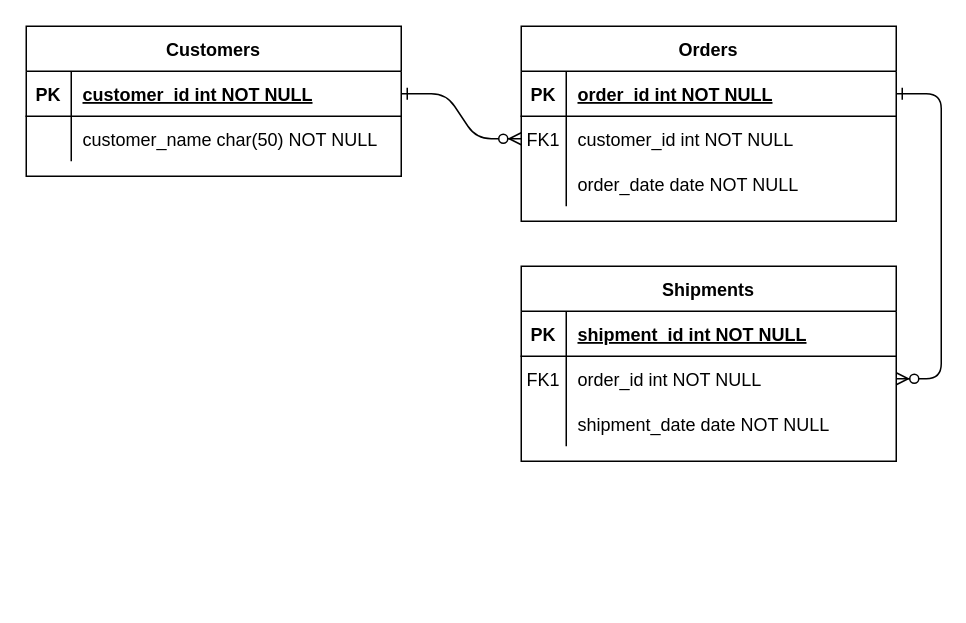
The draw.io diagram 名称未設定ファイル.drawio in YoshitakaSaito1223/test, before the edit. Source tidied: cells renumbered, new cells numbered last; positions are measured from the earlier drawing's top-left corner, leaving out a move shared by most shapes. Both pictures are drawn from the tidied source at 150%, with x=0, y=0 at pixel (26, 26).
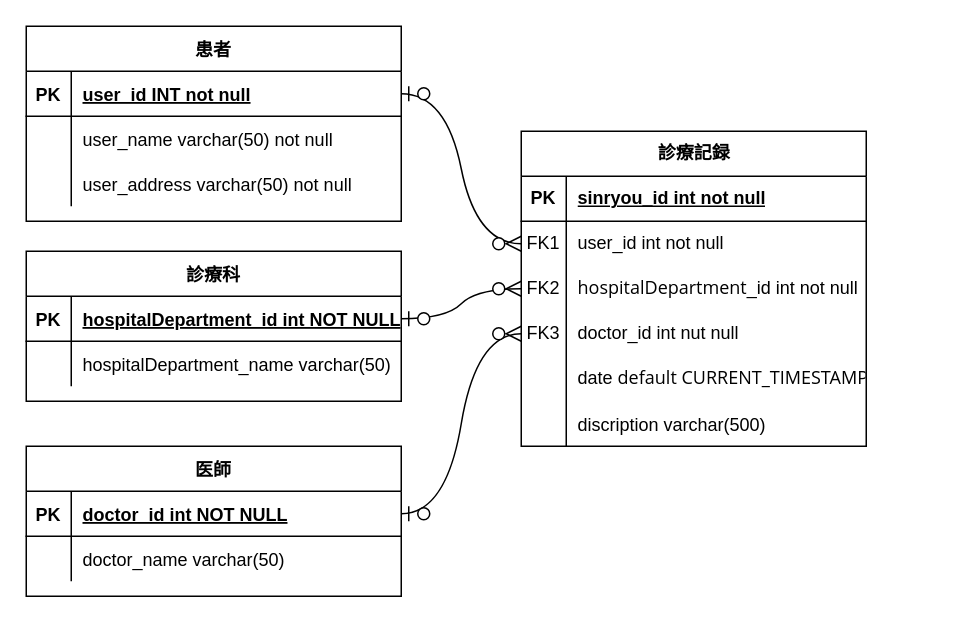
The same diagram, later.

Commit message:
名称未設定ファイル.drawio を更新します

The change refers to these unchanged cells:
```xml
<mxCell id="5" style="shape=partialRectangle;fillColor=none;points=[[0,0.5],[1,0.5]];portConstraint=eastwest;top=0;left=0;right=0;bottom=1;" parent="4" vertex="1">
  <mxGeometry y="30" width="250" height="30" as="geometry" />
</mxCell>
<mxCell id="8" style="shape=partialRectangle;fillColor=none;points=[[0,0.5],[1,0.5]];portConstraint=eastwest;top=0;left=0;right=0;bottom=0;" parent="4" vertex="1">
  <mxGeometry y="60" width="250" height="30" as="geometry" />
</mxCell>
<mxCell id="15" style="shape=partialRectangle;fillColor=none;points=[[0,0.5],[1,0.5]];portConstraint=eastwest;top=0;left=0;right=0;bottom=1;" parent="14" vertex="1">
  <mxGeometry y="30" width="250" height="30" as="geometry" />
</mxCell>
<mxCell id="18" style="shape=partialRectangle;fillColor=none;points=[[0,0.5],[1,0.5]];portConstraint=eastwest;top=0;left=0;right=0;bottom=0;" parent="14" vertex="1">
  <mxGeometry y="60" width="250" height="30" as="geometry" />
</mxCell>
<mxCell id="25" style="shape=partialRectangle;fillColor=none;points=[[0,0.5],[1,0.5]];portConstraint=eastwest;top=0;left=0;right=0;bottom=1;" parent="24" vertex="1">
  <mxGeometry y="30" width="250" height="30" as="geometry" />
</mxCell>
<mxCell id="28" style="shape=partialRectangle;fillColor=none;top=0;left=0;right=0;bottom=0;" parent="24" vertex="1">
  <mxGeometry y="60" width="250" height="30" as="geometry" />
</mxCell>
```

The edit, as a diff of the source:
```diff
@@
-    <mxCell id="2" style="edgeStyle=entityRelationEdgeStyle;endArrow=ERzeroToMany;startArrow=ERone;endFill=1;startFill=0;" parent="1" edge="1" source="25" target="8">
-      <mxGeometry relative="1" as="geometry" />
-    </mxCell>
-    <mxCell id="3" style="edgeStyle=entityRelationEdgeStyle;endArrow=ERzeroToMany;startArrow=ERone;endFill=1;startFill=0;" parent="1" edge="1" source="5" target="18">
-      <mxGeometry relative="1" as="geometry" />
-    </mxCell>
-    <mxCell id="4" value="Orders" style="shape=table;startSize=30;childLayout=tableLayout;rowLines=0;fontStyle=1;align=center;" parent="1" vertex="1">
-      <mxGeometry x="330" width="250" height="130" as="geometry" />
+    <mxCell id="4" value="診療科" style="shape=table;startSize=30;childLayout=tableLayout;rowLines=0;fontStyle=1;align=center;" parent="1" vertex="1">
+      <mxGeometry y="150" width="250" height="100" as="geometry" />
     </mxCell>
@@
-    <mxCell id="7" value="order_id int NOT NULL " style="shape=partialRectangle;overflow=hidden;fillColor=none;top=0;left=0;bottom=0;right=0;align=left;spacingLeft=6;fontStyle=5;" parent="5" vertex="1">
+    <mxCell id="7" value="hospitalDepartment_id int NOT NULL " style="shape=partialRectangle;overflow=hidden;fillColor=none;top=0;left=0;bottom=0;right=0;align=left;spacingLeft=6;fontStyle=5;" parent="5" vertex="1">
       <mxGeometry x="30" width="220" height="30" as="geometry" />
     </mxCell>
@@
-    <mxCell id="9" value="FK1" style="shape=partialRectangle;overflow=hidden;fillColor=none;top=0;left=0;bottom=0;right=0;" parent="8" vertex="1">
+    <mxCell id="9" style="shape=partialRectangle;overflow=hidden;fillColor=none;top=0;left=0;bottom=0;right=0;" parent="8" vertex="1">
       <mxGeometry width="30" height="30" as="geometry" />
     </mxCell>
-    <mxCell id="10" value="customer_id int NOT NULL" style="shape=partialRectangle;overflow=hidden;fillColor=none;top=0;left=0;bottom=0;right=0;align=left;spacingLeft=6;" parent="8" vertex="1">
+    <mxCell id="10" value="hospitalDepartment_name varchar(50)" style="shape=partialRectangle;overflow=hidden;fillColor=none;top=0;left=0;bottom=0;right=0;align=left;spacingLeft=6;" parent="8" vertex="1">
       <mxGeometry x="30" width="220" height="30" as="geometry" />
     </mxCell>
-    <mxCell id="11" style="shape=partialRectangle;fillColor=none;top=0;left=0;right=0;bottom=0;" parent="4" vertex="1">
-      <mxGeometry y="90" width="250" height="30" as="geometry" />
-    </mxCell>
-    <mxCell id="12" style="shape=partialRectangle;overflow=hidden;fillColor=none;top=0;left=0;bottom=0;right=0;" parent="11" vertex="1">
-      <mxGeometry width="30" height="30" as="geometry" />
-    </mxCell>
-    <mxCell id="13" value="order_date date NOT NULL" style="shape=partialRectangle;overflow=hidden;fillColor=none;top=0;left=0;bottom=0;right=0;align=left;spacingLeft=6;" parent="11" vertex="1">
-      <mxGeometry x="30" width="220" height="30" as="geometry" />
-    </mxCell>
-    <mxCell id="14" value="Shipments" style="shape=table;startSize=30;childLayout=tableLayout;rowLines=0;fontStyle=1;align=center;" parent="1" vertex="1">
-      <mxGeometry x="330" y="160" width="250" height="130" as="geometry" />
+    <mxCell id="14" value="医師" style="shape=table;startSize=30;childLayout=tableLayout;rowLines=0;fontStyle=1;align=center;" parent="1" vertex="1">
+      <mxGeometry y="280" width="250" height="100" as="geometry" />
     </mxCell>
@@
-    <mxCell id="17" value="shipment_id int NOT NULL " style="shape=partialRectangle;overflow=hidden;fillColor=none;top=0;left=0;bottom=0;right=0;align=left;spacingLeft=6;fontStyle=5;" parent="15" vertex="1">
+    <mxCell id="17" value="doctor_id int NOT NULL " style="shape=partialRectangle;overflow=hidden;fillColor=none;top=0;left=0;bottom=0;right=0;align=left;spacingLeft=6;fontStyle=5;" parent="15" vertex="1">
       <mxGeometry x="30" width="220" height="30" as="geometry" />
     </mxCell>
@@
-    <mxCell id="19" value="FK1" style="shape=partialRectangle;overflow=hidden;fillColor=none;top=0;left=0;bottom=0;right=0;" parent="18" vertex="1">
+    <mxCell id="19" style="shape=partialRectangle;overflow=hidden;fillColor=none;top=0;left=0;bottom=0;right=0;" parent="18" vertex="1">
       <mxGeometry width="30" height="30" as="geometry" />
     </mxCell>
-    <mxCell id="20" value="order_id int NOT NULL" style="shape=partialRectangle;overflow=hidden;fillColor=none;top=0;left=0;bottom=0;right=0;align=left;spacingLeft=6;" parent="18" vertex="1">
+    <mxCell id="20" value="doctor_name varchar(50)" style="shape=partialRectangle;overflow=hidden;fillColor=none;top=0;left=0;bottom=0;right=0;align=left;spacingLeft=6;" parent="18" vertex="1">
       <mxGeometry x="30" width="220" height="30" as="geometry" />
     </mxCell>
-    <mxCell id="21" style="shape=partialRectangle;fillColor=none;top=0;left=0;right=0;bottom=0;" parent="14" vertex="1">
-      <mxGeometry y="90" width="250" height="30" as="geometry" />
-    </mxCell>
-    <mxCell id="22" style="shape=partialRectangle;overflow=hidden;fillColor=none;top=0;left=0;bottom=0;right=0;" parent="21" vertex="1">
-      <mxGeometry width="30" height="30" as="geometry" />
-    </mxCell>
-    <mxCell id="23" value="shipment_date date NOT NULL" style="shape=partialRectangle;overflow=hidden;fillColor=none;top=0;left=0;bottom=0;right=0;align=left;spacingLeft=6;" parent="21" vertex="1">
-      <mxGeometry x="30" width="220" height="30" as="geometry" />
-    </mxCell>
-    <mxCell id="24" value="Customers" style="shape=table;startSize=30;childLayout=tableLayout;rowLines=0;fontStyle=1;align=center;" parent="1" vertex="1">
-      <mxGeometry width="250" height="100" as="geometry" />
+    <mxCell id="24" value="患者" style="shape=table;startSize=30;childLayout=tableLayout;rowLines=0;fontStyle=1;align=center;" parent="1" vertex="1">
+      <mxGeometry width="250" height="130" as="geometry" />
     </mxCell>
@@
-    <mxCell id="27" value="customer_id int NOT NULL " style="shape=partialRectangle;overflow=hidden;fillColor=none;top=0;left=0;bottom=0;right=0;align=left;spacingLeft=6;fontStyle=5;" parent="25" vertex="1">
+    <mxCell id="27" value="user_id INT not null" style="shape=partialRectangle;overflow=hidden;fillColor=none;top=0;left=0;bottom=0;right=0;align=left;spacingLeft=6;fontStyle=5;" parent="25" vertex="1">
       <mxGeometry x="30" width="220" height="30" as="geometry" />
     </mxCell>
@@
-    <mxCell id="30" value="customer_name char(50) NOT NULL" style="shape=partialRectangle;overflow=hidden;fillColor=none;top=0;left=0;bottom=0;right=0;align=left;spacingLeft=6;" parent="28" vertex="1">
+    <mxCell id="30" value="user_name varchar(50) not null" style="shape=partialRectangle;overflow=hidden;fillColor=none;top=0;left=0;bottom=0;right=0;align=left;spacingLeft=6;" parent="28" vertex="1">
       <mxGeometry x="30" width="220" height="30" as="geometry" />
     </mxCell>
+    <mxCell id="31" style="shape=tableRow;horizontal=0;startSize=0;swimlaneHead=0;swimlaneBody=0;fillColor=none;top=0;left=0;right=0;bottom=0;" parent="24" vertex="1">
+      <mxGeometry y="90" width="250" height="30" as="geometry" />
+    </mxCell>
+    <mxCell id="32" style="shape=partialRectangle;fillColor=none;top=0;left=0;bottom=0;right=0;overflow=hidden;" parent="31" vertex="1">
+      <mxGeometry width="30" height="30" as="geometry" />
+    </mxCell>
+    <mxCell id="33" value="user_address varchar(50) not null" style="shape=partialRectangle;fillColor=none;top=0;left=0;bottom=0;right=0;align=left;spacingLeft=6;overflow=hidden;" parent="31" vertex="1">
+      <mxGeometry x="30" width="220" height="30" as="geometry" />
+    </mxCell>
+    <mxCell id="34" value="診療記録" style="shape=table;startSize=30;childLayout=tableLayout;rowLines=0;fontStyle=1;align=center;html=1;" parent="1" vertex="1">
+      <mxGeometry x="330" y="70" width="230" height="210" as="geometry" />
+    </mxCell>
+    <mxCell id="35" style="shape=tableRow;horizontal=0;startSize=0;swimlaneHead=0;swimlaneBody=0;fillColor=none;top=0;left=0;right=0;bottom=1;" parent="34" vertex="1">
+      <mxGeometry y="30" width="230" height="30" as="geometry" />
+    </mxCell>
+    <mxCell id="36" value="PK" style="shape=partialRectangle;fillColor=none;top=0;left=0;bottom=0;right=0;fontStyle=1;overflow=hidden;whiteSpace=wrap;html=1;" parent="35" vertex="1">
+      <mxGeometry width="30" height="30" as="geometry" />
+    </mxCell>
+    <mxCell id="37" value="sinryou_id int not null" style="shape=partialRectangle;fillColor=none;top=0;left=0;bottom=0;right=0;align=left;spacingLeft=6;fontStyle=5;overflow=hidden;whiteSpace=wrap;html=1;" parent="35" vertex="1">
+      <mxGeometry x="30" width="200" height="30" as="geometry" />
+    </mxCell>
+    <mxCell id="38" style="shape=tableRow;horizontal=0;startSize=0;swimlaneHead=0;swimlaneBody=0;fillColor=none;points=[[0,0.5],[1,0.5]];portConstraint=eastwest;top=0;left=0;right=0;bottom=0;" parent="34" vertex="1">
+      <mxGeometry y="60" width="230" height="30" as="geometry" />
+    </mxCell>
+    <mxCell id="39" value="FK1" style="shape=partialRectangle;fillColor=none;top=0;left=0;bottom=0;right=0;overflow=hidden;whiteSpace=wrap;html=1;" parent="38" vertex="1">
+      <mxGeometry width="30" height="30" as="geometry" />
+    </mxCell>
+    <mxCell id="40" value="user_id int not null" style="shape=partialRectangle;fillColor=none;top=0;left=0;bottom=0;right=0;align=left;spacingLeft=6;overflow=hidden;whiteSpace=wrap;html=1;" parent="38" vertex="1">
+      <mxGeometry x="30" width="200" height="30" as="geometry" />
+    </mxCell>
+    <mxCell id="41" style="shape=tableRow;horizontal=0;startSize=0;swimlaneHead=0;swimlaneBody=0;fillColor=none;points=[[0,0.5],[1,0.5]];portConstraint=eastwest;top=0;left=0;right=0;bottom=0;" parent="34" vertex="1">
+      <mxGeometry y="90" width="230" height="30" as="geometry" />
+    </mxCell>
+    <mxCell id="42" value="FK2" style="shape=partialRectangle;fillColor=none;top=0;left=0;bottom=0;right=0;overflow=hidden;whiteSpace=wrap;html=1;" parent="41" vertex="1">
+      <mxGeometry width="30" height="30" as="geometry" />
+    </mxCell>
+    <mxCell id="43" value="&lt;span style=&quot;font-family: 'Segoe UI';&quot;&gt;hospitalDepartment&lt;/span&gt;_id int not null" style="shape=partialRectangle;fillColor=none;top=0;left=0;bottom=0;right=0;align=left;spacingLeft=6;overflow=hidden;whiteSpace=wrap;html=1;" parent="41" vertex="1">
+      <mxGeometry x="30" width="200" height="30" as="geometry" />
+    </mxCell>
+    <mxCell id="44" style="shape=tableRow;horizontal=0;startSize=0;swimlaneHead=0;swimlaneBody=0;fillColor=none;points=[[0,0.5],[1,0.5]];portConstraint=eastwest;top=0;left=0;right=0;bottom=0;" parent="34" vertex="1">
+      <mxGeometry y="120" width="230" height="30" as="geometry" />
+    </mxCell>
+    <mxCell id="45" value="FK3" style="shape=partialRectangle;fillColor=none;top=0;left=0;bottom=0;right=0;overflow=hidden;whiteSpace=wrap;html=1;" parent="44" vertex="1">
+      <mxGeometry width="30" height="30" as="geometry" />
+    </mxCell>
+    <mxCell id="46" value="doctor_id int nut null" style="shape=partialRectangle;fillColor=none;top=0;left=0;bottom=0;right=0;align=left;spacingLeft=6;overflow=hidden;whiteSpace=wrap;html=1;" parent="44" vertex="1">
+      <mxGeometry x="30" width="200" height="30" as="geometry" />
+    </mxCell>
+    <mxCell id="47" style="shape=tableRow;horizontal=0;startSize=0;swimlaneHead=0;swimlaneBody=0;fillColor=none;top=0;left=0;right=0;bottom=0;" parent="34" vertex="1">
+      <mxGeometry y="150" width="230" height="30" as="geometry" />
+    </mxCell>
+    <mxCell id="48" style="shape=partialRectangle;fillColor=none;top=0;left=0;bottom=0;right=0;fontStyle=0;overflow=hidden;whiteSpace=wrap;html=1;" parent="47" vertex="1">
+      <mxGeometry width="30" height="30" as="geometry" />
+    </mxCell>
+    <mxCell id="49" value="date&amp;nbsp;&lt;span style=&quot;font-family: 'Segoe UI';&quot;&gt;default&amp;nbsp;CURRENT_TIMESTAMP&lt;/span&gt;" style="shape=partialRectangle;fillColor=none;top=0;left=0;bottom=0;right=0;align=left;spacingLeft=6;fontStyle=0;overflow=hidden;whiteSpace=wrap;html=1;" parent="47" vertex="1">
+      <mxGeometry x="30" width="200" height="30" as="geometry" />
+    </mxCell>
+    <mxCell id="50" style="shape=tableRow;horizontal=0;startSize=0;swimlaneHead=0;swimlaneBody=0;fillColor=none;top=0;left=0;right=0;bottom=0;" parent="34" vertex="1">
+      <mxGeometry y="180" width="230" height="30" as="geometry" />
+    </mxCell>
+    <mxCell id="51" style="shape=partialRectangle;fillColor=none;top=0;left=0;bottom=0;right=0;overflow=hidden;" parent="50" vertex="1">
+      <mxGeometry width="30" height="30" as="geometry" />
+    </mxCell>
+    <mxCell id="52" value="discription varchar(500)" style="shape=partialRectangle;fillColor=none;top=0;left=0;bottom=0;right=0;align=left;spacingLeft=6;overflow=hidden;" parent="50" vertex="1">
+      <mxGeometry x="30" width="200" height="30" as="geometry" />
+    </mxCell>
+    <mxCell id="53" style="edgeStyle=entityRelationEdgeStyle;fontSize=12;html=1;endArrow=ERzeroToMany;startArrow=ERzeroToOne;rounded=0;startSize=8;endSize=8;curved=1;exitX=1;exitY=0.5;exitDx=0;exitDy=0;entryX=0;entryY=0.5;entryDx=0;entryDy=0;" parent="1" edge="1" source="25" target="38">
+      <mxGeometry relative="1" as="geometry" />
+    </mxCell>
+    <mxCell id="54" style="edgeStyle=entityRelationEdgeStyle;fontSize=12;html=1;endArrow=ERzeroToMany;startArrow=ERzeroToOne;rounded=0;startSize=8;endSize=8;curved=1;exitX=1;exitY=0.5;exitDx=0;exitDy=0;entryX=0;entryY=0.5;entryDx=0;entryDy=0;" parent="1" edge="1" source="5" target="41">
+      <mxGeometry relative="1" as="geometry" />
+    </mxCell>
+    <mxCell id="55" style="edgeStyle=entityRelationEdgeStyle;fontSize=12;html=1;endArrow=ERzeroToMany;startArrow=ERzeroToOne;rounded=0;startSize=8;endSize=8;curved=1;exitX=1;exitY=0.5;exitDx=0;exitDy=0;entryX=0;entryY=0.5;entryDx=0;entryDy=0;" parent="1" edge="1" source="15" target="44">
+      <mxGeometry relative="1" as="geometry" />
+    </mxCell>
```
